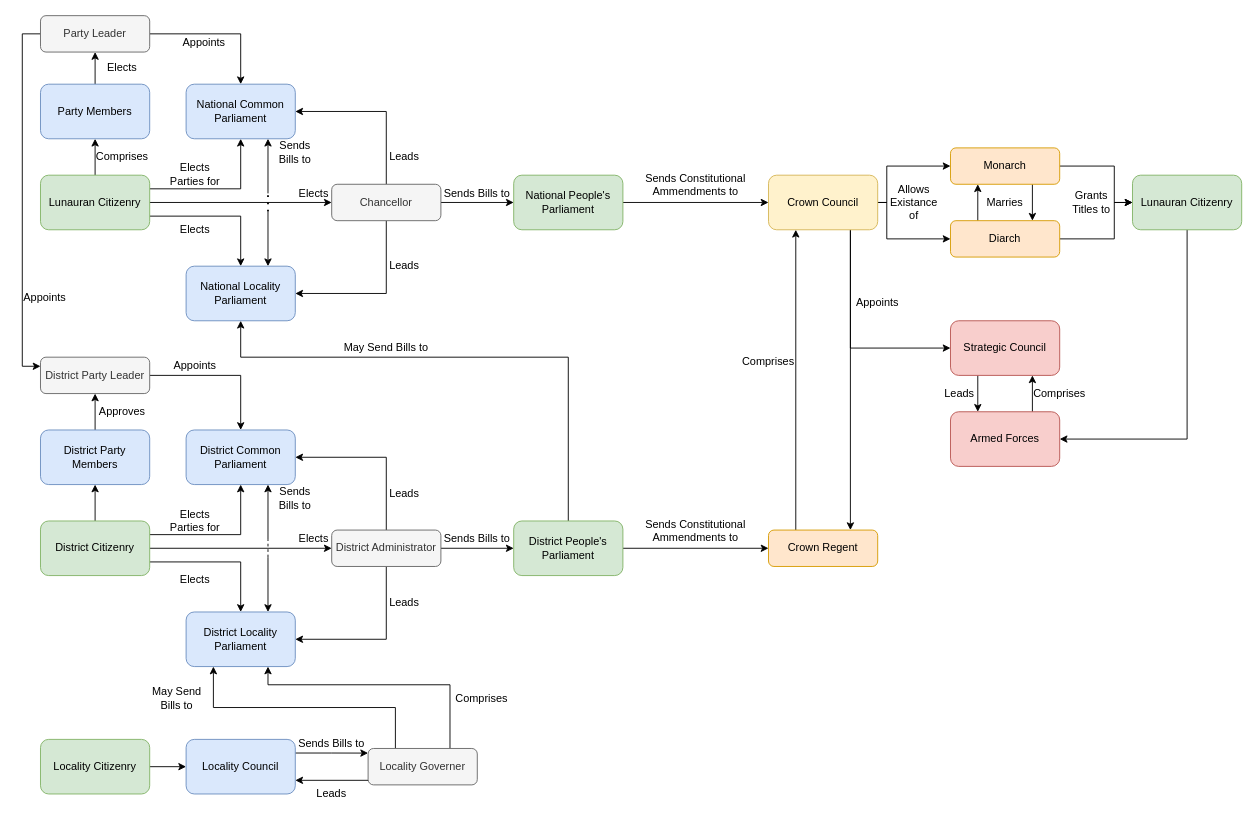
Above: Jamland/Lunaura/Gov structure.drawio in jamlamtheblue/DES-Pol (draw.io), before the change. Source tidied: cells renumbered, new cells numbered last; positions are measured from the earlier drawing's top-left corner, leaving out a move shared by most shapes. Both pictures are drawn from the tidied source at 91%, with x=0, y=0 at pixel (22, 15).
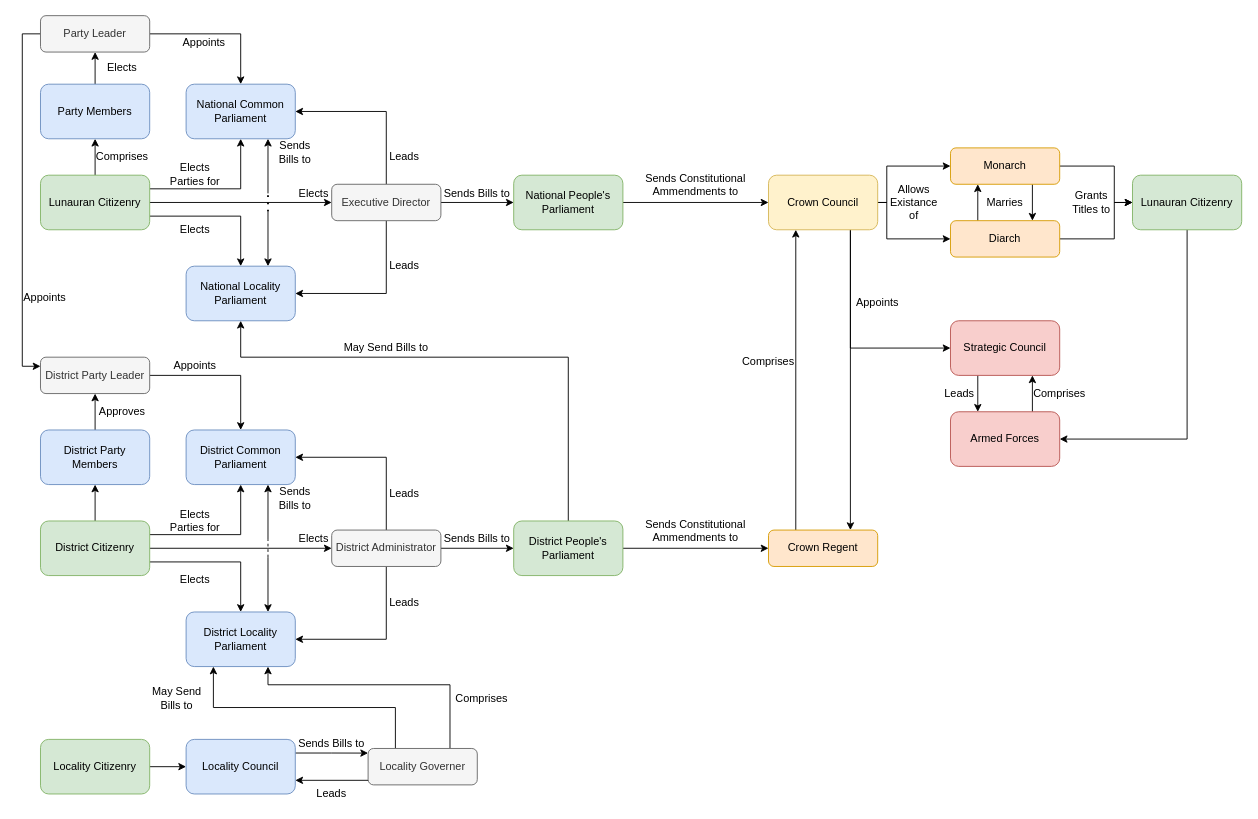
The same page after the edit.

Diff of the diagram source:
```diff
@@
-    <mxCell id="20" value="Chancellor" style="rounded=1;whiteSpace=wrap;html=1;fillColor=#f5f5f5;fontColor=#333333;strokeColor=#666666;" parent="1" vertex="1">
+    <mxCell id="20" value="Executive Director" style="rounded=1;whiteSpace=wrap;html=1;fillColor=#f5f5f5;fontColor=#333333;strokeColor=#666666;" parent="1" vertex="1">
       <mxGeometry x="340" y="185" width="120" height="40" as="geometry" />
     </mxCell>
```
